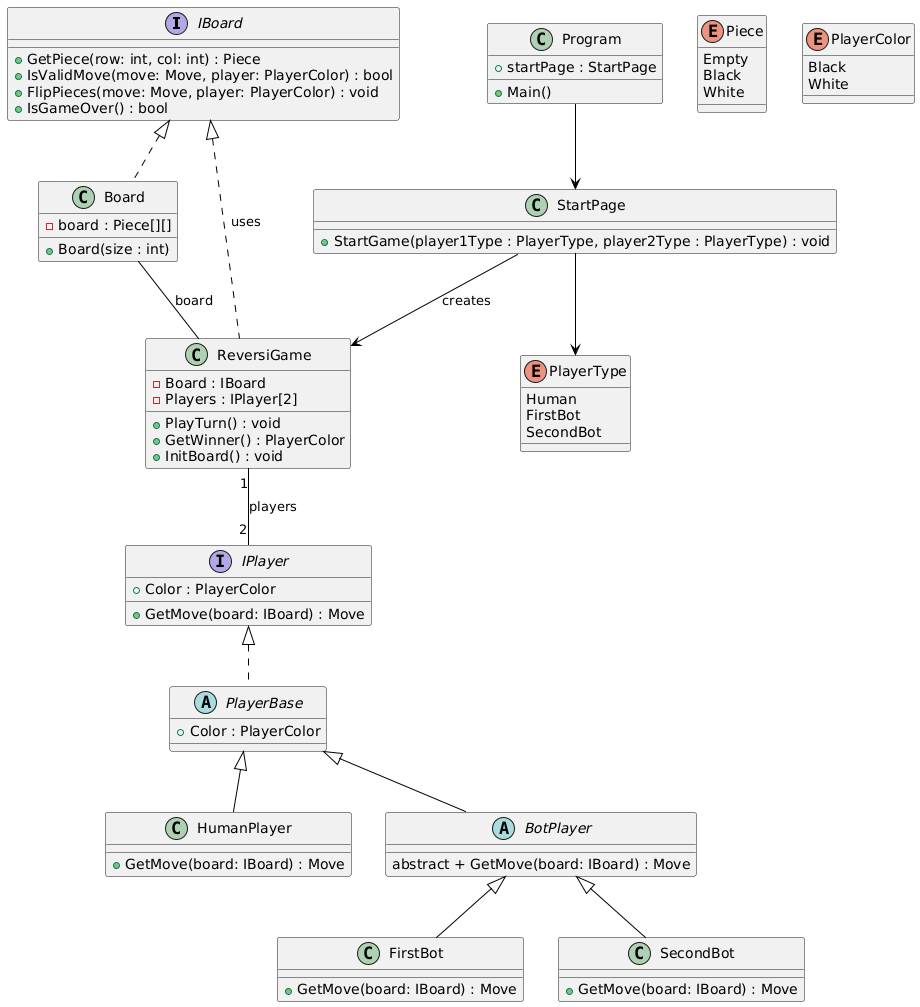
Before: myDiagram.png, a diagram exported from PlantUML (quepum/university-2sem). The source it was exported from:
```plantuml
@startuml
skinparam class {
  BackgroundColor<<Interface>> LightBlue
  BackgroundColor<<Abstract>> LightYellow
  ArrowColor Black
}

interface IBoard {
    + GetPiece(row: int, col: int) : Piece
    + IsValidMove(move: Move, player: PlayerColor) : bool
    + FlipPieces(move: Move, player: PlayerColor) : void
    + IsGameOver() : bool
}

class Board implements IBoard {
    - board : Piece[][]
    + Board(size : int)
}

enum Piece {
    Empty
    Black
    White
}

enum PlayerColor {
    Black
    White
}

interface IPlayer {
    + GetMove(board: IBoard) : Move
    + Color : PlayerColor
}

abstract class PlayerBase implements IPlayer {
    + Color : PlayerColor
}

class HumanPlayer extends PlayerBase {
    + GetMove(board: IBoard) : Move
}

abstract class BotPlayer extends PlayerBase {
  abstract + GetMove(board: IBoard) : Move
}

class FirstBot extends BotPlayer {
    + GetMove(board: IBoard) : Move
}

class SecondBot extends BotPlayer {
    + GetMove(board: IBoard) : Move
}

class ReversiGame {
    - Board : IBoard
    - Players : IPlayer[2]
    + PlayTurn() : void
    + GetWinner() : PlayerColor
    + InitBoard() : void
}

class StartPage {
    + StartGame(player1Type : PlayerType, player2Type : PlayerType) : void
}

enum PlayerType {
    Human
    FirstBot
    SecondBot
}

class Program {
    + startPage : StartPage
    + Main()
}

IBoard <|.. ReversiGame : uses
ReversiGame "1" -- "2" IPlayer : players
Board -- ReversiGame : board
Program --> StartPage
StartPage --> PlayerType
StartPage --> ReversiGame : creates
@enduml
```
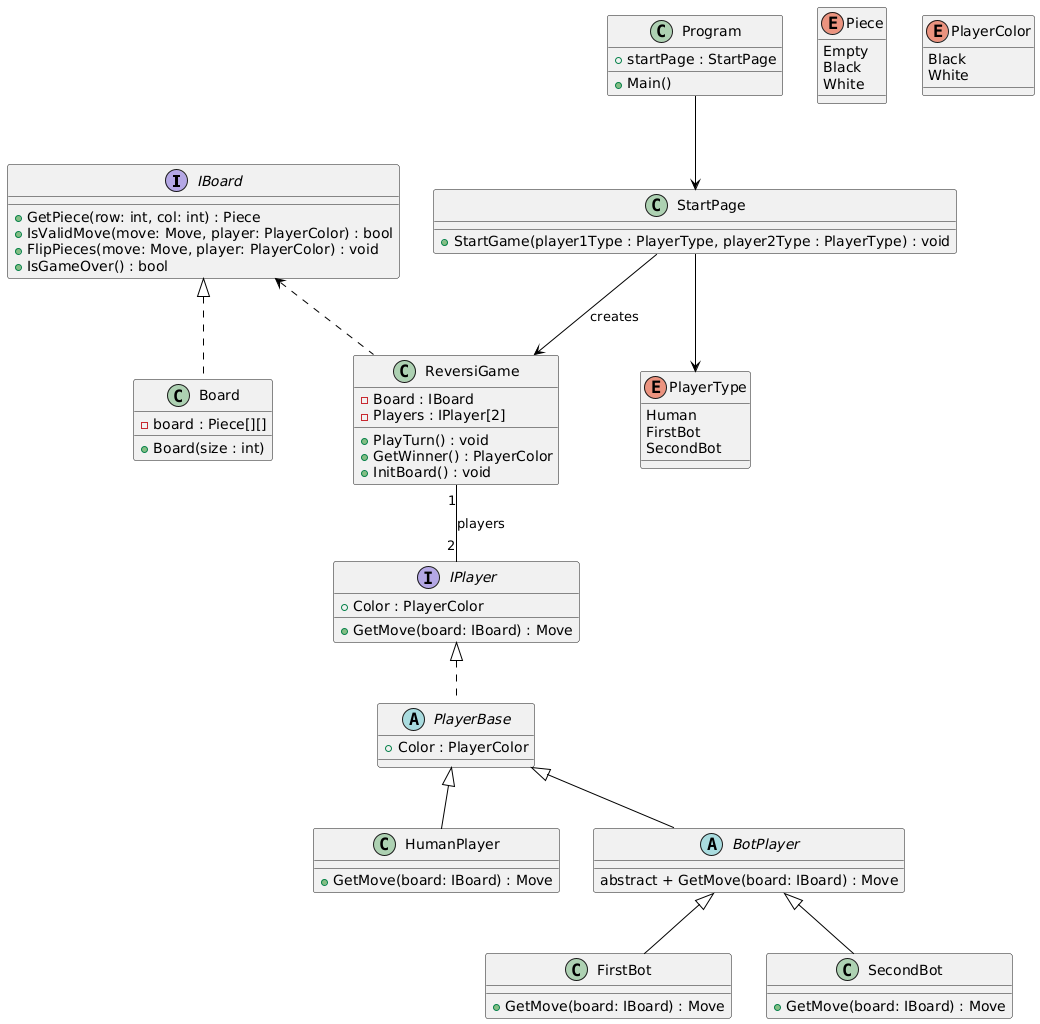
After the change.

Change to the diagram source:
```diff
@@ -76,9 +76,8 @@
     + Main()
 }
 
-IBoard <|.. ReversiGame : uses
+IBoard <.. ReversiGame
 ReversiGame "1" -- "2" IPlayer : players
-Board -- ReversiGame : board
 Program --> StartPage
 StartPage --> PlayerType
 StartPage --> ReversiGame : creates
```
